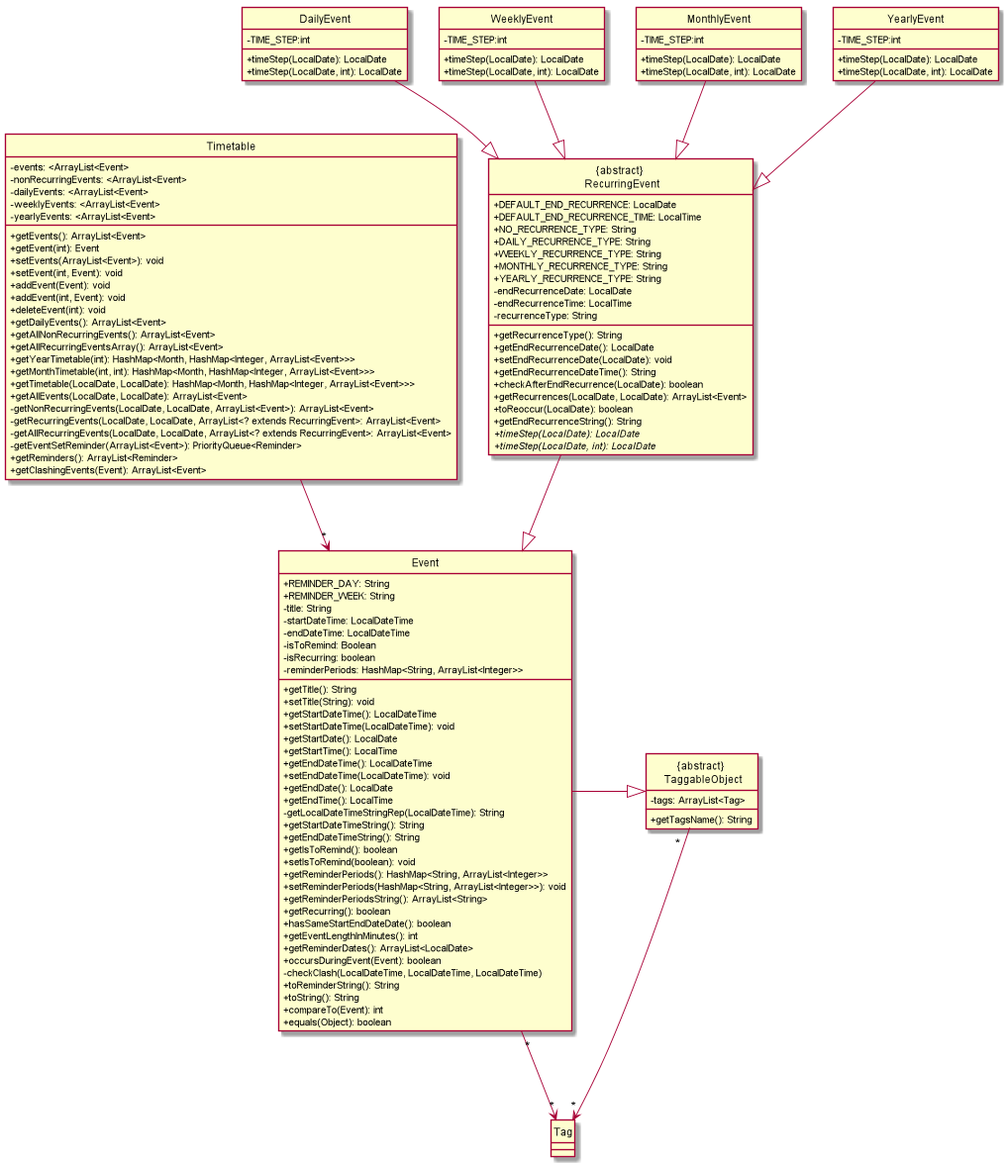
This is docs/diagrams/out/TimetableClass.png from nus-cs2113-AY2021S1/tp, a PlantUML export, as it was before one commit. Its diagram source:
```plantuml
@startuml

hide circle
skinparam classAttributeIconSize 0

Event "*"-> "*" Tag
Event -right|> "{abstract} \n TaggableObject"
Timetable --> "*" Event
"{abstract} \n TaggableObject" "*" --> "*" Tag

"{abstract} \n RecurringEvent" --|> Event
DailyEvent --|> "{abstract} \n RecurringEvent"
WeeklyEvent --|> "{abstract} \n RecurringEvent"
MonthlyEvent --|> "{abstract} \n RecurringEvent"
YearlyEvent --|> "{abstract} \n RecurringEvent"

class Timetable {
-events: <ArrayList<Event>
-nonRecurringEvents: <ArrayList<Event>
-dailyEvents: <ArrayList<Event>
-weeklyEvents: <ArrayList<Event>
-yearlyEvents: <ArrayList<Event>
+getEvents(): ArrayList<Event>
+getEvent(int): Event
+setEvents(ArrayList<Event>): void
+setEvent(int, Event): void
+addEvent(Event): void
+addEvent(int, Event): void
+deleteEvent(int): void
+getDailyEvents(): ArrayList<Event>
+getAllNonRecurringEvents(): ArrayList<Event>
+getAllRecurringEventsArray(): ArrayList<Event>
+getYearTimetable(int): HashMap<Month, HashMap<Integer, ArrayList<Event>>>
+getMonthTimetable(int, int): HashMap<Month, HashMap<Integer, ArrayList<Event>>>
+getTimetable(LocalDate, LocalDate): HashMap<Month, HashMap<Integer, ArrayList<Event>>>
+getAllEvents(LocalDate, LocalDate): ArrayList<Event>
-getNonRecurringEvents(LocalDate, LocalDate, ArrayList<Event>): ArrayList<Event>
-getRecurringEvents(LocalDate, LocalDate, ArrayList<? extends RecurringEvent>: ArrayList<Event>
-getAllRecurringEvents(LocalDate, LocalDate, ArrayList<? extends RecurringEvent>: ArrayList<Event>
-getEventSetReminder(ArrayList<Event>): PriorityQueue<Reminder>
+getReminders(): ArrayList<Reminder>
+getClashingEvents(Event): ArrayList<Event>
}

class Event {
+REMINDER_DAY: String
+REMINDER_WEEK: String
-title: String
-startDateTime: LocalDateTime
-endDateTime: LocalDateTime
-isToRemind: Boolean
-isRecurring: boolean
-reminderPeriods: HashMap<String, ArrayList<Integer>>
+getTitle(): String
+setTitle(String): void
+getStartDateTime(): LocalDateTime
+setStartDateTime(LocalDateTime): void
+getStartDate(): LocalDate
+getStartTime(): LocalTime
+getEndDateTime(): LocalDateTime
+setEndDateTime(LocalDateTime): void
+getEndDate(): LocalDate
+getEndTime(): LocalTime
-getLocalDateTimeStringRep(LocalDateTime): String
+getStartDateTimeString(): String
+getEndDateTimeString(): String
+getIsToRemind(): boolean
+setIsToRemind(boolean): void
+getReminderPeriods(): HashMap<String, ArrayList<Integer>>
+setReminderPeriods(HashMap<String, ArrayList<Integer>>): void
+getReminderPeriodsString(): ArrayList<String>
+getRecurring(): boolean
+hasSameStartEndDateDate(): boolean
+getEventLengthInMinutes(): int
+getReminderDates(): ArrayList<LocalDate>
+occursDuringEvent(Event): boolean
-checkClash(LocalDateTime, LocalDateTime, LocalDateTime)
+toReminderString(): String
+toString(): String
+compareTo(Event): int
+equals(Object): boolean
}

class "{abstract} \n RecurringEvent" {
+DEFAULT_END_RECURRENCE: LocalDate
+DEFAULT_END_RECURRENCE_TIME: LocalTime
+NO_RECURRENCE_TYPE: String
+DAILY_RECURRENCE_TYPE: String
+WEEKLY_RECURRENCE_TYPE: String
+MONTHLY_RECURRENCE_TYPE: String
+YEARLY_RECURRENCE_TYPE: String
-endRecurrenceDate: LocalDate
-endRecurrenceTime: LocalTime
-recurrenceType: String
+getRecurrenceType(): String
+getEndRecurrenceDate(): LocalDate
+setEndRecurrenceDate(LocalDate): void
+getEndRecurrenceDateTime(): String
+checkAfterEndRecurrence(LocalDate): boolean
+getRecurrences(LocalDate, LocalDate): ArrayList<Event>
+toReoccur(LocalDate): boolean
+getEndRecurrenceString(): String
+timeStep(LocalDate): LocalDate {abstract}
+timeStep(LocalDate, int): LocalDate {abstract}
}

class DailyEvent {
-TIME_STEP:int
+timeStep(LocalDate): LocalDate
+timeStep(LocalDate, int): LocalDate
}

class WeeklyEvent {
-TIME_STEP:int
+timeStep(LocalDate): LocalDate
+timeStep(LocalDate, int): LocalDate
}

class MonthlyEvent {
-TIME_STEP:int
+timeStep(LocalDate): LocalDate
+timeStep(LocalDate, int): LocalDate
}

class YearlyEvent {
-TIME_STEP:int
+timeStep(LocalDate): LocalDate
+timeStep(LocalDate, int): LocalDate
}

class "{abstract} \n TaggableObject" {
-tags: ArrayList<Tag>
+getTagsName(): String
}

@enduml
```
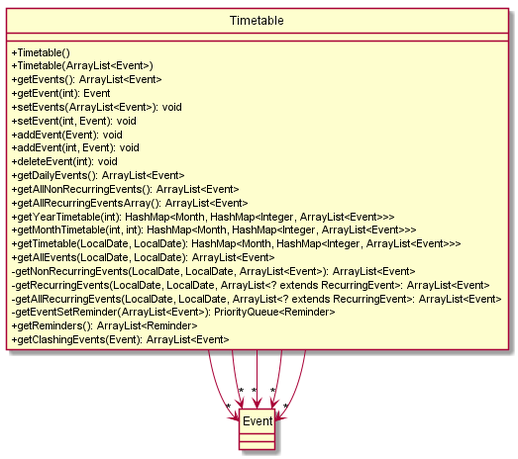
After the commit.

The edit, as a diff of the source:
```diff
@@ -3,23 +3,16 @@
 hide circle
 skinparam classAttributeIconSize 0
 
-Event "*"-> "*" Tag
-Event -right|> "{abstract} \n TaggableObject"
 Timetable --> "*" Event
-"{abstract} \n TaggableObject" "*" --> "*" Tag
+Timetable --> "*" Event
+Timetable --> "*" Event
+Timetable --> "*" Event
+Timetable --> "*" Event
 
-"{abstract} \n RecurringEvent" --|> Event
-DailyEvent --|> "{abstract} \n RecurringEvent"
-WeeklyEvent --|> "{abstract} \n RecurringEvent"
-MonthlyEvent --|> "{abstract} \n RecurringEvent"
-YearlyEvent --|> "{abstract} \n RecurringEvent"
 
 class Timetable {
--events: <ArrayList<Event>
--nonRecurringEvents: <ArrayList<Event>
--dailyEvents: <ArrayList<Event>
--weeklyEvents: <ArrayList<Event>
--yearlyEvents: <ArrayList<Event>
++Timetable()
++Timetable(ArrayList<Event>)
 +getEvents(): ArrayList<Event>
 +getEvent(int): Event
 +setEvents(ArrayList<Event>): void
@@ -43,94 +36,7 @@
 }
 
 class Event {
-+REMINDER_DAY: String
-+REMINDER_WEEK: String
--title: String
--startDateTime: LocalDateTime
--endDateTime: LocalDateTime
--isToRemind: Boolean
--isRecurring: boolean
--reminderPeriods: HashMap<String, ArrayList<Integer>>
-+getTitle(): String
-+setTitle(String): void
-+getStartDateTime(): LocalDateTime
-+setStartDateTime(LocalDateTime): void
-+getStartDate(): LocalDate
-+getStartTime(): LocalTime
-+getEndDateTime(): LocalDateTime
-+setEndDateTime(LocalDateTime): void
-+getEndDate(): LocalDate
-+getEndTime(): LocalTime
--getLocalDateTimeStringRep(LocalDateTime): String
-+getStartDateTimeString(): String
-+getEndDateTimeString(): String
-+getIsToRemind(): boolean
-+setIsToRemind(boolean): void
-+getReminderPeriods(): HashMap<String, ArrayList<Integer>>
-+setReminderPeriods(HashMap<String, ArrayList<Integer>>): void
-+getReminderPeriodsString(): ArrayList<String>
-+getRecurring(): boolean
-+hasSameStartEndDateDate(): boolean
-+getEventLengthInMinutes(): int
-+getReminderDates(): ArrayList<LocalDate>
-+occursDuringEvent(Event): boolean
--checkClash(LocalDateTime, LocalDateTime, LocalDateTime)
-+toReminderString(): String
-+toString(): String
-+compareTo(Event): int
-+equals(Object): boolean
 }
 
-class "{abstract} \n RecurringEvent" {
-+DEFAULT_END_RECURRENCE: LocalDate
-+DEFAULT_END_RECURRENCE_TIME: LocalTime
-+NO_RECURRENCE_TYPE: String
-+DAILY_RECURRENCE_TYPE: String
-+WEEKLY_RECURRENCE_TYPE: String
-+MONTHLY_RECURRENCE_TYPE: String
-+YEARLY_RECURRENCE_TYPE: String
--endRecurrenceDate: LocalDate
--endRecurrenceTime: LocalTime
--recurrenceType: String
-+getRecurrenceType(): String
-+getEndRecurrenceDate(): LocalDate
-+setEndRecurrenceDate(LocalDate): void
-+getEndRecurrenceDateTime(): String
-+checkAfterEndRecurrence(LocalDate): boolean
-+getRecurrences(LocalDate, LocalDate): ArrayList<Event>
-+toReoccur(LocalDate): boolean
-+getEndRecurrenceString(): String
-+timeStep(LocalDate): LocalDate {abstract}
-+timeStep(LocalDate, int): LocalDate {abstract}
-}
-
-class DailyEvent {
--TIME_STEP:int
-+timeStep(LocalDate): LocalDate
-+timeStep(LocalDate, int): LocalDate
-}
-
-class WeeklyEvent {
--TIME_STEP:int
-+timeStep(LocalDate): LocalDate
-+timeStep(LocalDate, int): LocalDate
-}
-
-class MonthlyEvent {
--TIME_STEP:int
-+timeStep(LocalDate): LocalDate
-+timeStep(LocalDate, int): LocalDate
-}
-
-class YearlyEvent {
--TIME_STEP:int
-+timeStep(LocalDate): LocalDate
-+timeStep(LocalDate, int): LocalDate
-}
-
-class "{abstract} \n TaggableObject" {
--tags: ArrayList<Tag>
-+getTagsName(): String
-}
 
 @enduml
```
